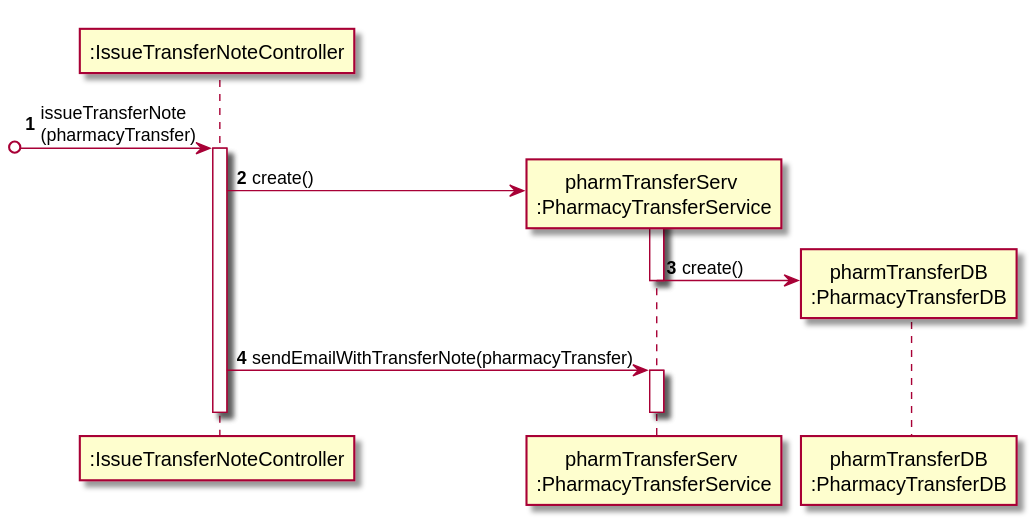
Earlier version of the PlantUML export docs/Iteration 2/Pharmacy Management/US202_IssueTransferNote/US202_SD.svg (tiagoavcosta25/LAPR3).
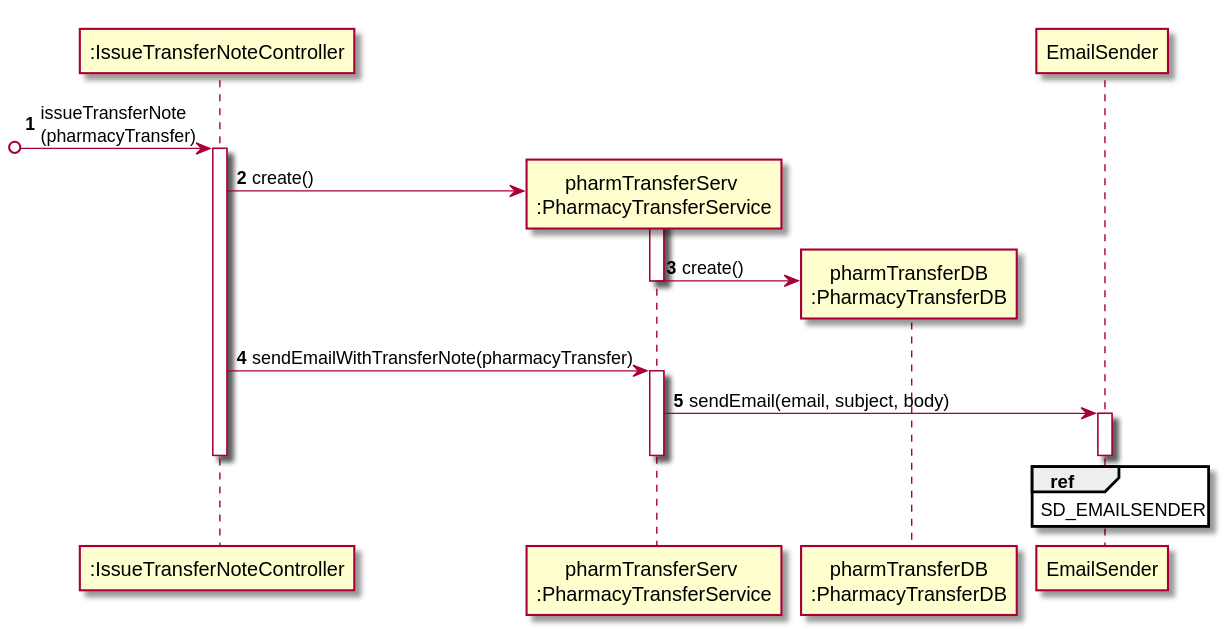
The same file after the commit.

What changed in the source:
```diff
@@ -3,6 +3,7 @@
 participant ":IssueTransferNoteController" as CTRL
 participant "pharmTransferServ \n:PharmacyTransferService" as PTS
 participant "pharmTransferDB\n:PharmacyTransferDB" as PTDB
+participant "EmailSender" as E
 
 [o-> CTRL : issueTransferNote\n(pharmacyTransfer)
 activate CTRL
@@ -13,6 +14,12 @@
 
 CTRL -> PTS : sendEmailWithTransferNote(pharmacyTransfer)
 activate PTS
+PTS -> E : sendEmail(email, subject, body)
+activate E
+ref over E
+SD_EMAILSENDER
+end ref
+deactivate E
 deactivate PTS
 deactivate CTRL
 
```
